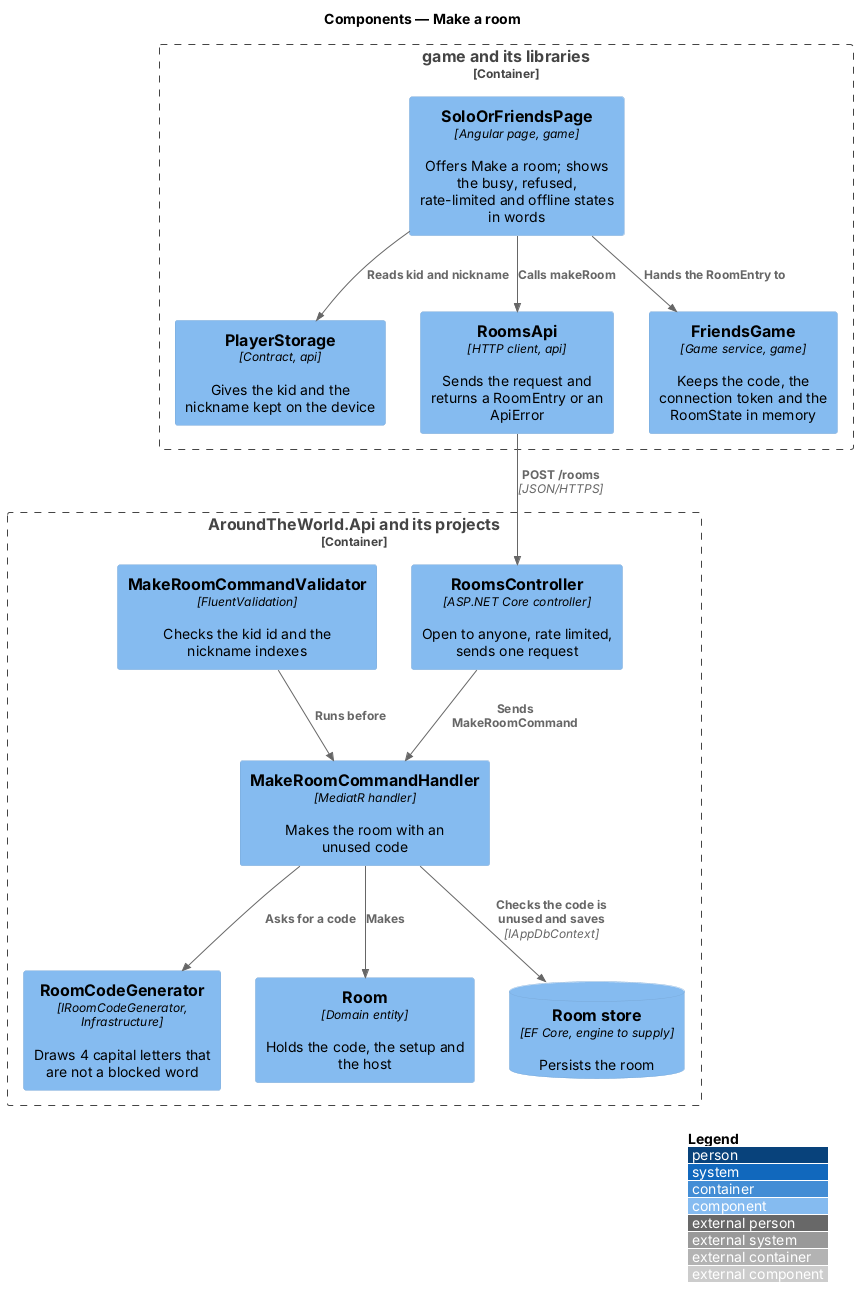
Earlier version of the PlantUML export docs/detailed-designs/rooms/make-room/diagrams/c4-component.png (QuinntyneBrown/around-the-world). Its source is kept beside it as docs/detailed-designs/rooms/make-room/diagrams/c4-component.puml.
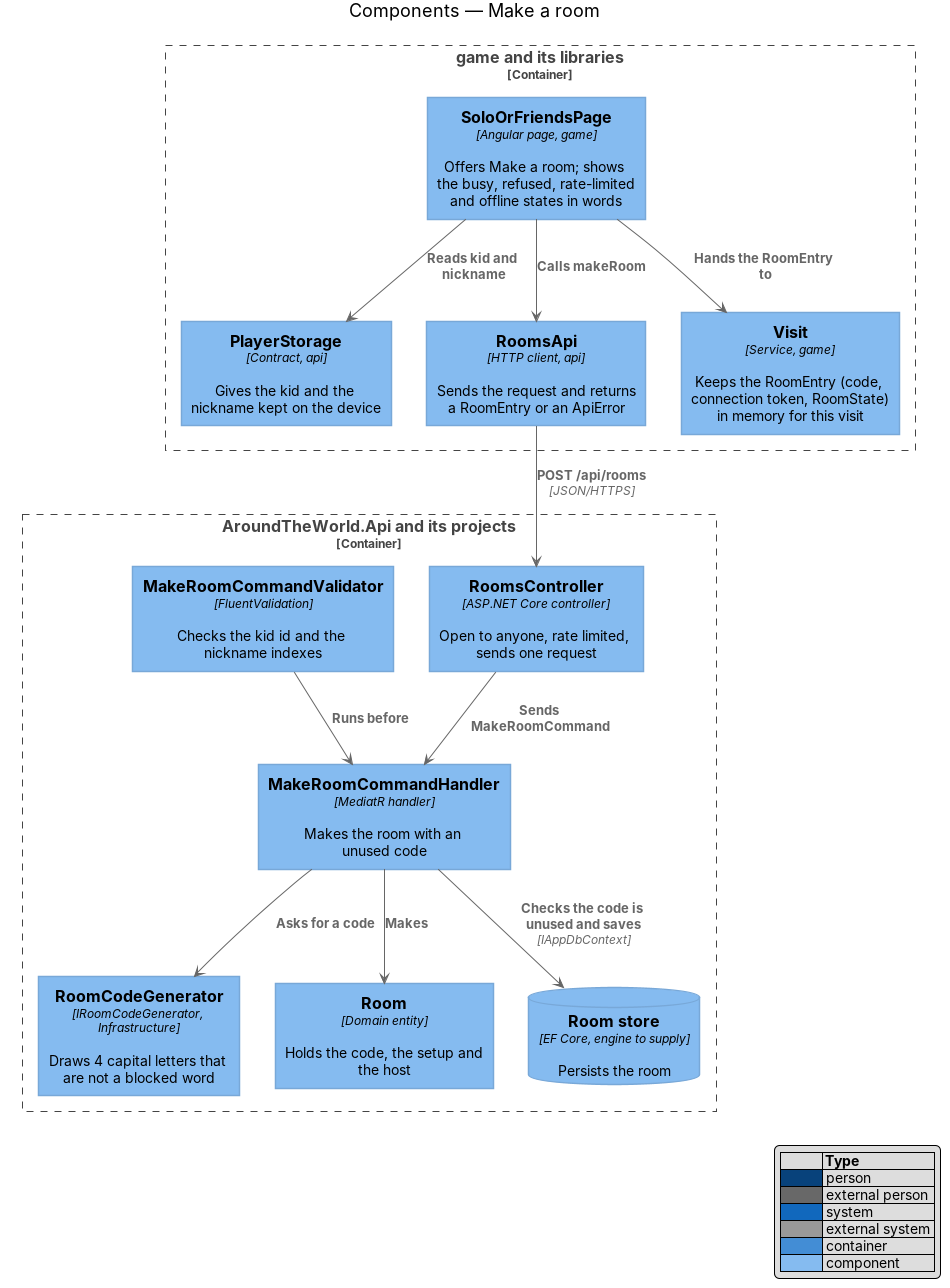
Later version of the same file.

What changed in the source:
```diff
@@ -7,7 +7,7 @@
   Component(page, "SoloOrFriendsPage", "Angular page, game", "Offers Make a room; shows the busy, refused, rate-limited and offline states in words")
   Component(storage, "PlayerStorage", "Contract, api", "Gives the kid and the nickname kept on the device")
   Component(client, "RoomsApi", "HTTP client, api", "Sends the request and returns a RoomEntry or an ApiError")
-  Component(session, "FriendsGame", "Game service, game", "Keeps the code, the connection token and the RoomState in memory")
+  Component(session, "Visit", "Service, game", "Keeps the RoomEntry (code, connection token, RoomState) in memory for this visit")
 }
 Container_Boundary(api, "AroundTheWorld.Api and its projects") {
   Component(ctrl, "RoomsController", "ASP.NET Core controller", "Open to anyone, rate limited, sends one request")
@@ -20,7 +20,7 @@
 Rel(page, storage, "Reads kid and nickname")
 Rel(page, client, "Calls makeRoom")
 Rel(page, session, "Hands the RoomEntry to")
-Rel(client, ctrl, "POST /rooms", "JSON/HTTPS")
+Rel(client, ctrl, "POST /api/rooms", "JSON/HTTPS")
 Rel(ctrl, handler, "Sends MakeRoomCommand")
 Rel(validator, handler, "Runs before")
 Rel(handler, codes, "Asks for a code")
```
